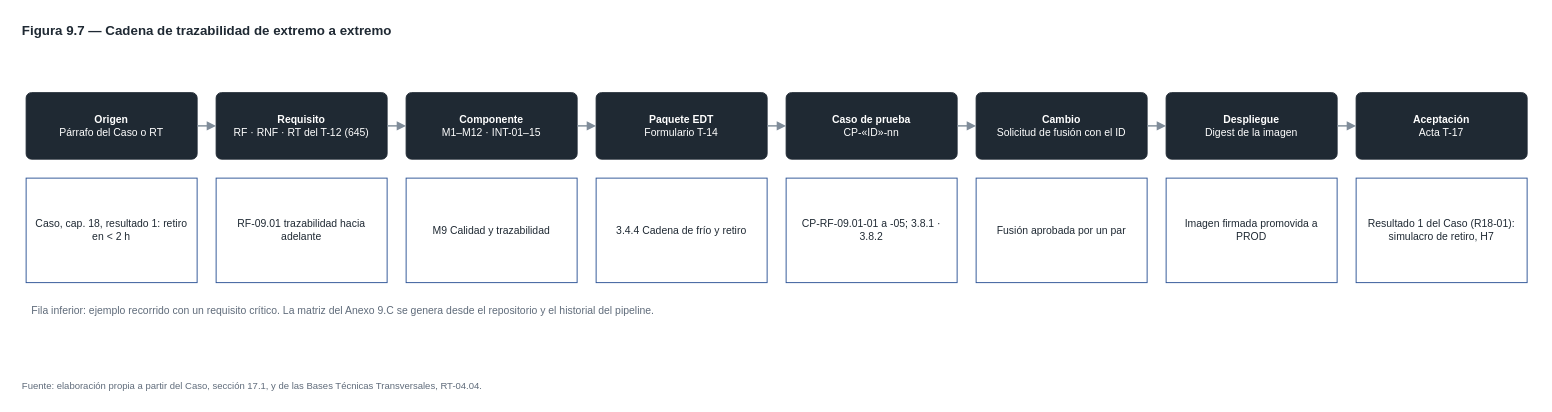
Earlier version of the draw.io diagram 09_plan_calidad/Diagramas/Fig_9-7_Cadena_Trazabilidad.drawio (PatricioH315/LafroX). Source tidied: cells renumbered, new cells numbered last; positions are measured from the earlier drawing's top-left corner, leaving out a move shared by most shapes. Both pictures are drawn from the tidied source at 95%, with x=0, y=0 at pixel (16, 16).
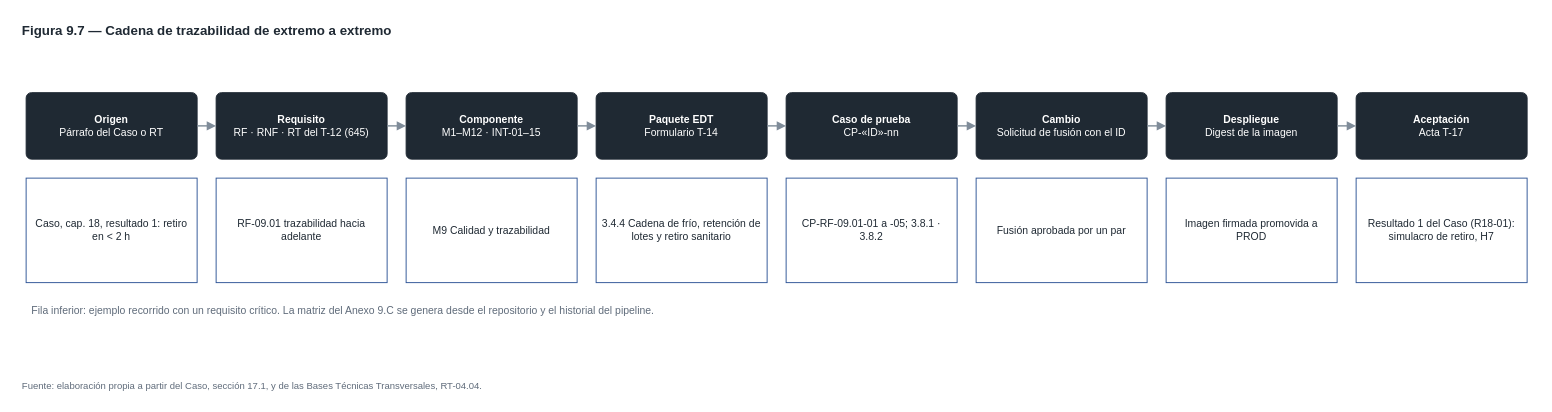
After the change.

Change to the diagram source:
```diff
@@
-    <mxCell id="13" value="3.4.4 Cadena de frío y retiro" style="fontFamily=Helvetica;html=1;whiteSpace=wrap;rounded=0;arcSize=8;fillColor=#FFFFFF;strokeColor=#2F5597;fontSize=11;fontColor=#1F2933;fontStyle=0;align=center;verticalAlign=middle;spacing=6;dashed=0;" parent="1" vertex="1">
+    <mxCell id="13" value="3.4.4 Cadena de frío, retención de lotes y retiro sanitario" style="fontFamily=Helvetica;html=1;whiteSpace=wrap;rounded=0;arcSize=8;fillColor=#FFFFFF;strokeColor=#2F5597;fontSize=11;fontColor=#1F2933;fontStyle=0;align=center;verticalAlign=middle;spacing=6;dashed=0;" parent="1" vertex="1">
       <mxGeometry x="610" y="170" width="180" height="110" as="geometry" />
     </mxCell>
```
